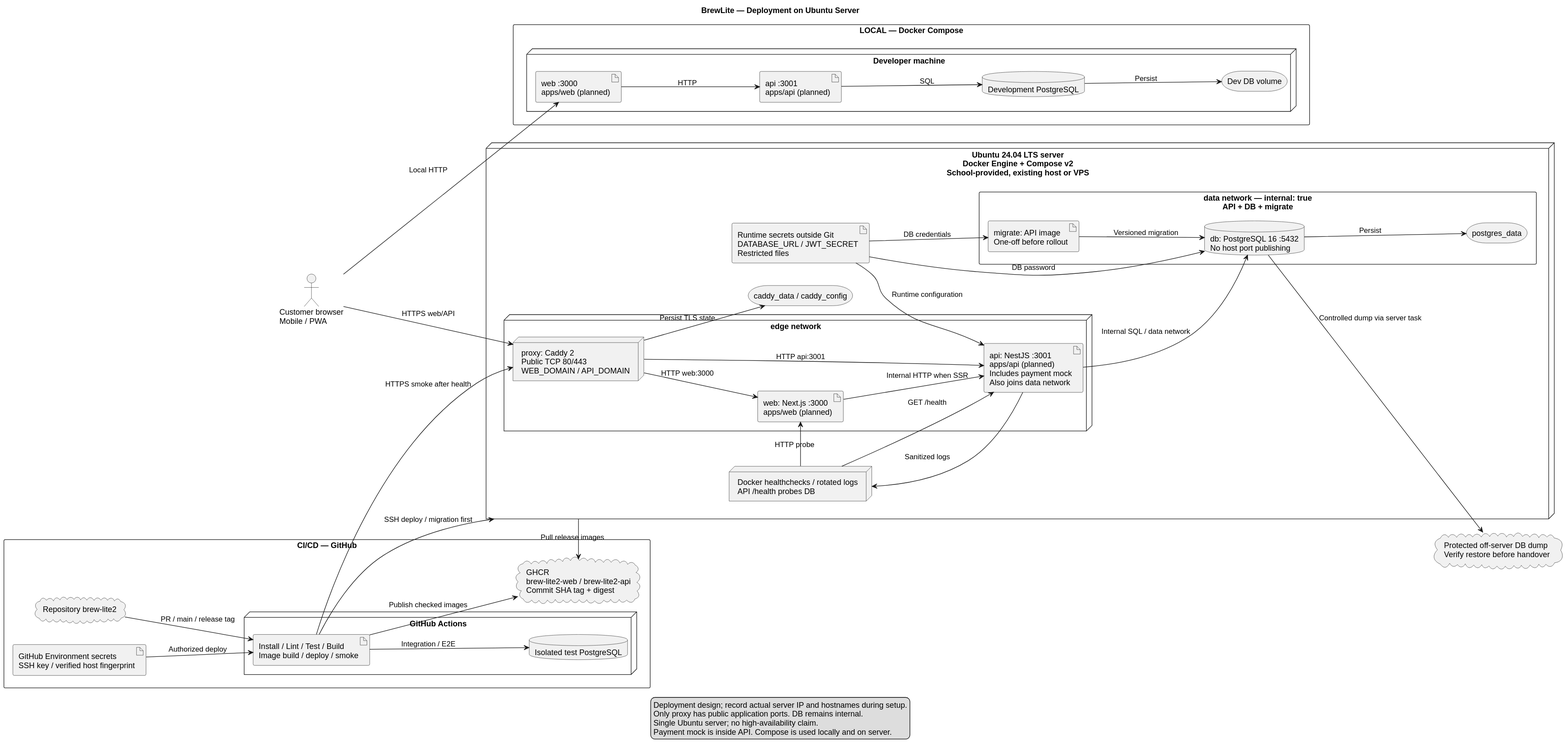
Above: docs/diagrams/deployment.svg in nguyentriet2k69-lang/brew-lite2 (PlantUML), before the change. Source of this version:
```plantuml
@startuml
left to right direction
skinparam shadowing false
skinparam defaultFontName Arial
skinparam packageStyle rectangle
skinparam nodesep 40
skinparam ranksep 50
title BrewLite — Deployment on Ubuntu Server
actor "Customer browser\nMobile / PWA" as customer
package "LOCAL — Docker Compose" {
  node "Developer machine" {
    artifact "web :3000\napps/web (planned)" as lw
    artifact "api :3001\napps/api (planned)" as la
    database "Development PostgreSQL" as ld
    storage "Dev DB volume" as lv
  }
  lw --> la : HTTP
  la --> ld : SQL
  ld --> lv : Persist
}
package "CI/CD — GitHub" {
  cloud "Repository brew-lite2" as repo
  node "GitHub Actions" {
    artifact "Install / Lint / Test / Build\nImage build / deploy / smoke" as ci
    database "Isolated test PostgreSQL" as testdb
  }
  cloud "GHCR\nbrew-lite2-web / brew-lite2-api\nCommit SHA tag + digest" as registry
  artifact "GitHub Environment secrets\nSSH key / verified host fingerprint" as ghsecrets
}
node "Ubuntu 24.04 LTS server\nDocker Engine + Compose v2\nSchool-provided, existing host or VPS" as server {
  node "edge network" {
    node "proxy: Caddy 2\nPublic TCP 80/443\nWEB_DOMAIN / API_DOMAIN" as proxy
    artifact "web: Next.js :3000\napps/web (planned)" as web
    artifact "api: NestJS :3001\napps/api (planned)\nIncludes payment mock\nAlso joins data network" as api
  }
  package "data network — internal: true\nAPI + DB + migrate" {
    database "db: PostgreSQL 16 :5432\nNo host port publishing" as db
    artifact "migrate: API image\nOne-off before rollout" as migrate
    storage "postgres_data" as disk
  }
  artifact "Runtime secrets outside Git\nDATABASE_URL / JWT_SECRET\nRestricted files" as secrets
  storage "caddy_data / caddy_config" as certs
  node "Docker healthchecks / rotated logs\nAPI /health probes DB" as health
}
cloud "Protected off-server DB dump\nVerify restore before handover" as backup
customer --> lw : Local HTTP
customer --> proxy : HTTPS web/API
proxy --> web : HTTP web:3000
proxy --> api : HTTP api:3001
web --> api : Internal HTTP when SSR
api --> db : Internal SQL / data network
migrate --> db : Versioned migration
db --> disk : Persist
proxy --> certs : Persist TLS state
secrets --> api : Runtime configuration
secrets --> db : DB password
secrets --> migrate : DB credentials
repo --> ci : PR / main / release tag
ghsecrets --> ci : Authorized deploy
ci --> testdb : Integration / E2E
ci --> registry : Publish checked images
server --> registry : Pull release images
ci --> server : SSH deploy / migration first
ci --> proxy : HTTPS smoke after health
db --> backup : Controlled dump via server task
health --> api : GET /health
health --> web : HTTP probe
api --> health : Sanitized logs
legend bottom
  Deployment design; record actual server IP and hostnames during setup.
  Only proxy has public application ports. DB remains internal.
  Single Ubuntu server; no high-availability claim.
  Payment mock is inside API. Compose is used locally and on server.
endlegend
@enduml
```
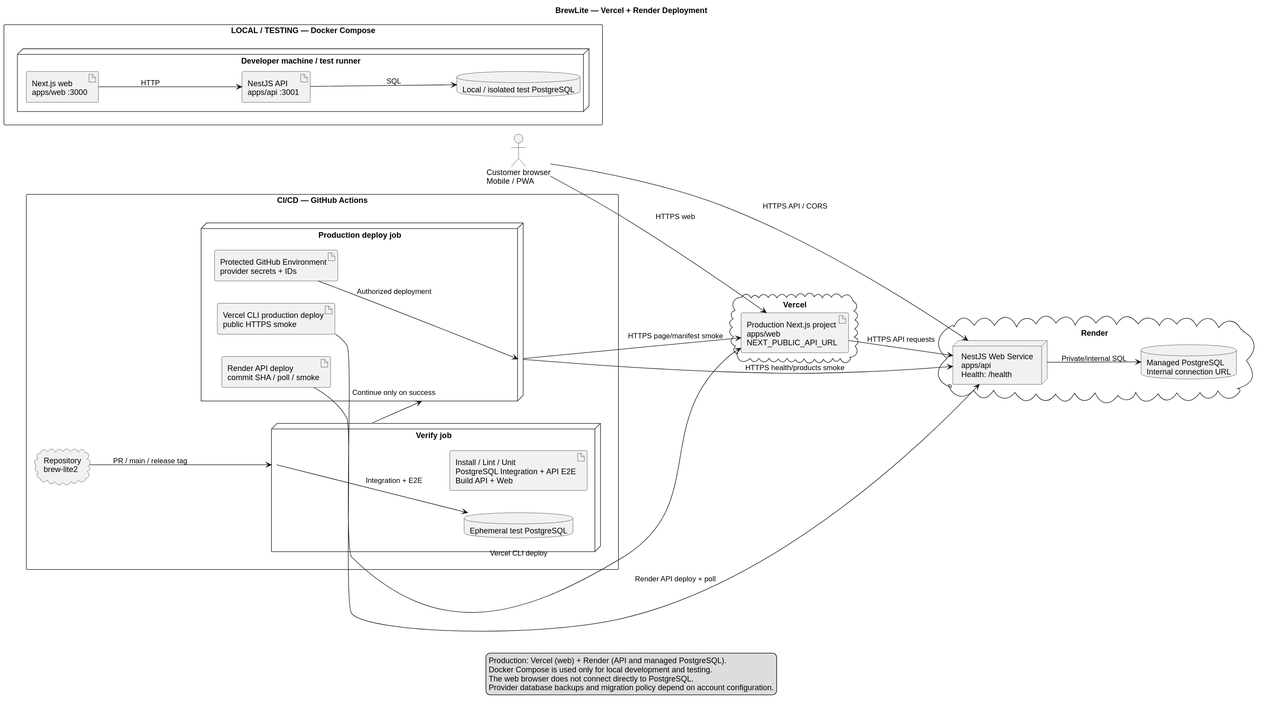
The same file after the commit.

Diff of the diagram source:
```diff
@@ -5,71 +5,59 @@
 skinparam packageStyle rectangle
 skinparam nodesep 40
 skinparam ranksep 50
-title BrewLite — Deployment on Ubuntu Server
+title BrewLite — Vercel + Render Deployment
+
 actor "Customer browser\nMobile / PWA" as customer
-package "LOCAL — Docker Compose" {
-  node "Developer machine" {
-    artifact "web :3000\napps/web (planned)" as lw
-    artifact "api :3001\napps/api (planned)" as la
-    database "Development PostgreSQL" as ld
-    storage "Dev DB volume" as lv
+
+package "LOCAL / TESTING — Docker Compose" {
+  node "Developer machine / test runner" {
+    artifact "Next.js web\napps/web :3000" as localweb
+    artifact "NestJS API\napps/api :3001" as localapi
+    database "Local / isolated test PostgreSQL" as localdb
   }
-  lw --> la : HTTP
-  la --> ld : SQL
-  ld --> lv : Persist
+  localweb --> localapi : HTTP
+  localapi --> localdb : SQL
 }
-package "CI/CD — GitHub" {
-  cloud "Repository brew-lite2" as repo
-  node "GitHub Actions" {
-    artifact "Install / Lint / Test / Build\nImage build / deploy / smoke" as ci
-    database "Isolated test PostgreSQL" as testdb
+
+package "CI/CD — GitHub Actions" {
+  cloud "Repository\nbrew-lite2" as repo
+  node "Verify job" as verify {
+    artifact "Install / Lint / Unit\nPostgreSQL Integration + API E2E\nBuild API + Web" as checks
+    database "Ephemeral test PostgreSQL" as testdb
   }
-  cloud "GHCR\nbrew-lite2-web / brew-lite2-api\nCommit SHA tag + digest" as registry
-  artifact "GitHub Environment secrets\nSSH key / verified host fingerprint" as ghsecrets
+  node "Production deploy job" as release {
+    artifact "Render API deploy\ncommit SHA / poll / smoke" as renderdeploy
+    artifact "Vercel CLI production deploy\npublic HTTPS smoke" as verceldeploy
+    artifact "Protected GitHub Environment\nprovider secrets + IDs" as secrets
+  }
 }
-node "Ubuntu 24.04 LTS server\nDocker Engine + Compose v2\nSchool-provided, existing host or VPS" as server {
-  node "edge network" {
-    node "proxy: Caddy 2\nPublic TCP 80/443\nWEB_DOMAIN / API_DOMAIN" as proxy
-    artifact "web: Next.js :3000\napps/web (planned)" as web
-    artifact "api: NestJS :3001\napps/api (planned)\nIncludes payment mock\nAlso joins data network" as api
-  }
-  package "data network — internal: true\nAPI + DB + migrate" {
-    database "db: PostgreSQL 16 :5432\nNo host port publishing" as db
-    artifact "migrate: API image\nOne-off before rollout" as migrate
-    storage "postgres_data" as disk
-  }
-  artifact "Runtime secrets outside Git\nDATABASE_URL / JWT_SECRET\nRestricted files" as secrets
-  storage "caddy_data / caddy_config" as certs
-  node "Docker healthchecks / rotated logs\nAPI /health probes DB" as health
+
+cloud "Vercel" as vercel {
+  artifact "Production Next.js project\napps/web\nNEXT_PUBLIC_API_URL" as web
 }
-cloud "Protected off-server DB dump\nVerify restore before handover" as backup
-customer --> lw : Local HTTP
-customer --> proxy : HTTPS web/API
-proxy --> web : HTTP web:3000
-proxy --> api : HTTP api:3001
-web --> api : Internal HTTP when SSR
-api --> db : Internal SQL / data network
-migrate --> db : Versioned migration
-db --> disk : Persist
-proxy --> certs : Persist TLS state
-secrets --> api : Runtime configuration
-secrets --> db : DB password
-secrets --> migrate : DB credentials
-repo --> ci : PR / main / release tag
-ghsecrets --> ci : Authorized deploy
-ci --> testdb : Integration / E2E
-ci --> registry : Publish checked images
-server --> registry : Pull release images
-ci --> server : SSH deploy / migration first
-ci --> proxy : HTTPS smoke after health
-db --> backup : Controlled dump via server task
-health --> api : GET /health
-health --> web : HTTP probe
-api --> health : Sanitized logs
+
+cloud "Render" as render {
+  node "NestJS Web Service\napps/api\nHealth: /health" as api
+  database "Managed PostgreSQL\nInternal connection URL" as db
+}
+
+customer --> web : HTTPS web
+customer --> api : HTTPS API / CORS
+web --> api : HTTPS API requests
+api --> db : Private/internal SQL
+repo --> verify : PR / main / release tag
+verify --> testdb : Integration + E2E
+verify --> release : Continue only on success
+secrets --> release : Authorized deployment
+renderdeploy --> api : Render API deploy + poll
+verceldeploy --> web : Vercel CLI deploy
+release --> api : HTTPS health/products smoke
+release --> web : HTTPS page/manifest smoke
+
 legend bottom
-  Deployment design; record actual server IP and hostnames during setup.
-  Only proxy has public application ports. DB remains internal.
-  Single Ubuntu server; no high-availability claim.
-  Payment mock is inside API. Compose is used locally and on server.
+  Production: Vercel (web) + Render (API and managed PostgreSQL).
+  Docker Compose is used only for local development and testing.
+  The web browser does not connect directly to PostgreSQL.
+  Provider database backups and migration policy depend on account configuration.
 endlegend
 @enduml
```
